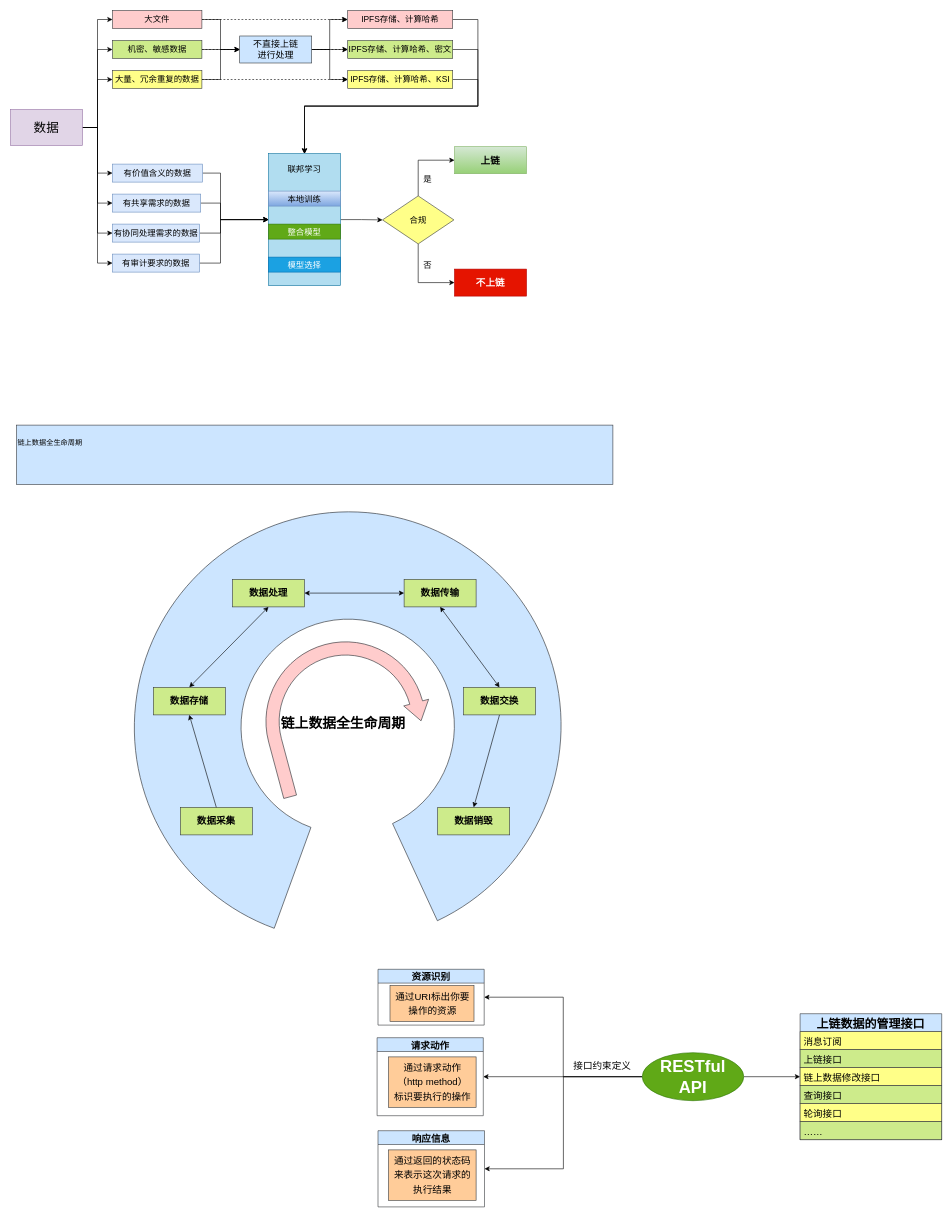
Earlier version of the draw.io diagram 9.drawio (wangleiy/diagrams). Source tidied: cells renumbered, new cells numbered last; positions are measured from the earlier drawing's top-left corner, leaving out a move shared by most shapes. Both pictures are drawn from the tidied source at 60%, with x=0, y=0 at pixel (10, 10).
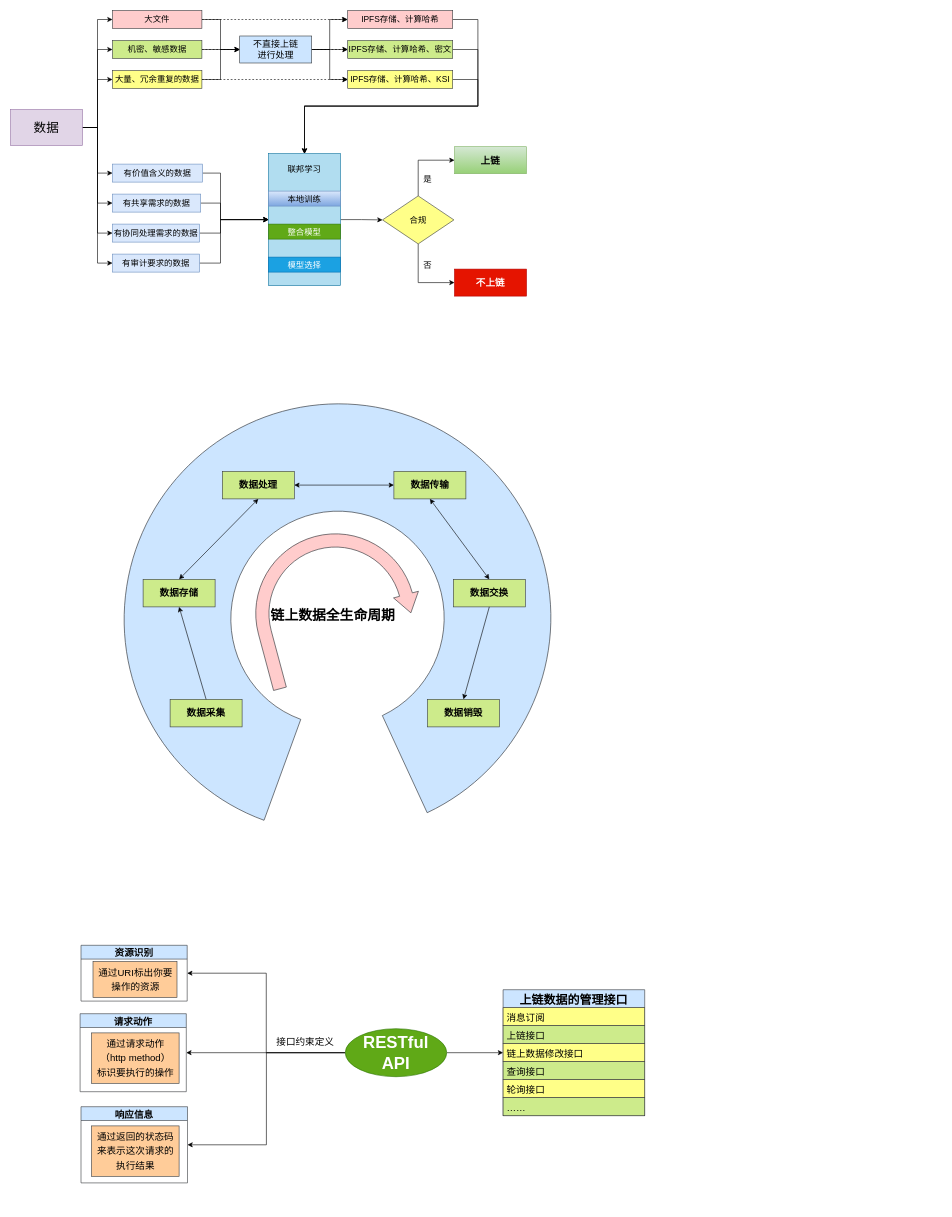
The same diagram, later.

What changed in the source:
```diff
@@
     <mxCell id="2" style="verticalLabelPosition=bottom;verticalAlign=top;html=1;shape=mxgraph.basic.partConcEllipse;startAngle=0.25;endAngle=0.125;arcWidth=0.5;rotation=110;fillColor=#cce5ff;strokeColor=#36393d;" parent="1" vertex="1">
-      <mxGeometry x="204" y="838" width="716" height="710.5" as="geometry" />
+      <mxGeometry x="187" y="658" width="716" height="710.5" as="geometry" />
     </mxCell>
@@
-    <mxCell id="51" value="链上数据全生命周期&lt;br&gt;&lt;br&gt;&lt;br&gt;&lt;br&gt;" style="rounded=0;whiteSpace=wrap;html=1;align=left;fillColor=#cce5ff;strokeColor=#36393d;" parent="1" vertex="1">
-      <mxGeometry x="10" y="691" width="994" height="99" as="geometry" />
-    </mxCell>
     <mxCell id="52" value="&lt;b&gt;&lt;font style=&quot;font-size: 16px;&quot;&gt;数据采集&lt;/font&gt;&lt;/b&gt;" style="rounded=0;whiteSpace=wrap;html=1;fillColor=#cdeb8b;strokeColor=#36393d;" parent="1" vertex="1">
-      <mxGeometry x="283" y="1328" width="120" height="46" as="geometry" />
+      <mxGeometry x="266" y="1148" width="120" height="46" as="geometry" />
     </mxCell>
     <mxCell id="53" value="&lt;b&gt;&lt;font style=&quot;font-size: 16px;&quot;&gt;数据存储&lt;/font&gt;&lt;/b&gt;" style="rounded=0;whiteSpace=wrap;html=1;fillColor=#cdeb8b;strokeColor=#36393d;" parent="1" vertex="1">
-      <mxGeometry x="238" y="1128" width="120" height="46" as="geometry" />
+      <mxGeometry x="221" y="948" width="120" height="46" as="geometry" />
     </mxCell>
     <mxCell id="54" value="&lt;b&gt;&lt;font style=&quot;font-size: 16px;&quot;&gt;数据处理&lt;/font&gt;&lt;/b&gt;" style="rounded=0;whiteSpace=wrap;html=1;fillColor=#cdeb8b;strokeColor=#36393d;" parent="1" vertex="1">
-      <mxGeometry x="370" y="948" width="120" height="46" as="geometry" />
+      <mxGeometry x="353" y="768" width="120" height="46" as="geometry" />
     </mxCell>
     <mxCell id="55" value="&lt;b&gt;&lt;font style=&quot;font-size: 16px;&quot;&gt;数据传输&lt;/font&gt;&lt;/b&gt;" style="rounded=0;whiteSpace=wrap;html=1;fillColor=#cdeb8b;strokeColor=#36393d;" parent="1" vertex="1">
-      <mxGeometry x="656" y="948" width="120" height="46" as="geometry" />
+      <mxGeometry x="639" y="768" width="120" height="46" as="geometry" />
     </mxCell>
     <mxCell id="56" value="&lt;b&gt;&lt;font style=&quot;font-size: 16px;&quot;&gt;数据交换&lt;/font&gt;&lt;/b&gt;" style="rounded=0;whiteSpace=wrap;html=1;fillColor=#cdeb8b;strokeColor=#36393d;" parent="1" vertex="1">
-      <mxGeometry x="755" y="1128" width="120" height="46" as="geometry" />
+      <mxGeometry x="738" y="948" width="120" height="46" as="geometry" />
     </mxCell>
     <mxCell id="57" value="&lt;b&gt;&lt;font style=&quot;font-size: 16px;&quot;&gt;数据销毁&lt;/font&gt;&lt;/b&gt;" style="rounded=0;whiteSpace=wrap;html=1;fillColor=#cdeb8b;strokeColor=#36393d;" parent="1" vertex="1">
-      <mxGeometry x="712" y="1328" width="120" height="46" as="geometry" />
+      <mxGeometry x="695" y="1148" width="120" height="46" as="geometry" />
     </mxCell>
@@
     <mxCell id="63" style="html=1;shadow=0;dashed=0;align=center;verticalAlign=middle;shape=mxgraph.arrows2.uTurnArrow;dy=11;arrowHead=43;dx2=31.46;rotation=75;fillColor=#ffcccc;strokeColor=#36393d;" parent="1" vertex="1">
-      <mxGeometry x="444" y="1028.5" width="230" height="276" as="geometry" />
+      <mxGeometry x="427" y="848.5" width="230" height="276" as="geometry" />
     </mxCell>
     <mxCell id="64" value="&lt;span style=&quot;text-align: left;&quot;&gt;&lt;b&gt;&lt;font style=&quot;font-size: 23px;&quot;&gt;链上数据全生命周期&lt;/font&gt;&lt;/b&gt;&lt;/span&gt;" style="text;html=1;align=center;verticalAlign=middle;strokeColor=none;fillColor=none;" parent="1" vertex="1">
-      <mxGeometry x="441" y="1168.5" width="225" height="40" as="geometry" />
+      <mxGeometry x="424" y="988.5" width="225" height="40" as="geometry" />
     </mxCell>
@@
     <mxCell id="69" value="&lt;b&gt;&lt;font style=&quot;font-size: 28px;&quot;&gt;RESTful&lt;br&gt;API&lt;br&gt;&lt;/font&gt;&lt;/b&gt;" style="ellipse;whiteSpace=wrap;html=1;fontSize=16;fillColor=#60a917;strokeColor=#2D7600;fontColor=#ffffff;" parent="1" vertex="1">
-      <mxGeometry x="1053" y="1737" width="169" height="80" as="geometry" />
+      <mxGeometry x="558" y="1697" width="169" height="80" as="geometry" />
     </mxCell>
     <mxCell id="70" value="资源识别" style="swimlane;fontSize=16;fillColor=#cce5ff;strokeColor=#36393d;" parent="1" vertex="1">
-      <mxGeometry x="612.5" y="1598" width="177" height="93" as="geometry" />
+      <mxGeometry x="117.5" y="1558" width="177" height="93" as="geometry" />
     </mxCell>
@@
     <mxCell id="72" value="请求动作" style="swimlane;fontSize=16;fillColor=#cce5ff;strokeColor=#36393d;" parent="1" vertex="1">
-      <mxGeometry x="611" y="1712" width="177" height="130" as="geometry" />
+      <mxGeometry x="116" y="1672" width="177" height="130" as="geometry" />
     </mxCell>
@@
     <mxCell id="74" value="响应信息" style="swimlane;fontSize=16;fillColor=#cce5ff;strokeColor=#36393d;" parent="1" vertex="1">
-      <mxGeometry x="612.5" y="1867" width="177.5" height="127" as="geometry" />
+      <mxGeometry x="117.5" y="1827" width="177.5" height="127" as="geometry" />
     </mxCell>
@@
     <mxCell id="76" value="&lt;span style=&quot;text-align: start; font-size: 12pt; line-height: 24px; font-family: 宋体;&quot;&gt;接口约束定义&lt;/span&gt;&lt;span style=&quot;font-size: medium; text-align: start;&quot;&gt;&lt;/span&gt;" style="text;html=1;align=center;verticalAlign=middle;strokeColor=none;fillColor=none;fontSize=16;" parent="1" vertex="1">
-      <mxGeometry x="929" y="1740" width="114" height="36" as="geometry" />
+      <mxGeometry x="434" y="1700" width="114" height="36" as="geometry" />
     </mxCell>
     <mxCell id="77" value="上链数据的管理接口" style="swimlane;fontStyle=1;horizontal=1;startSize=30;fontSize=20;fillColor=#cce5ff;strokeColor=#36393d;" parent="1" vertex="1">
-      <mxGeometry x="1316" y="1672" width="236" height="210" as="geometry" />
+      <mxGeometry x="821" y="1632" width="236" height="210" as="geometry" />
     </mxCell>
```
